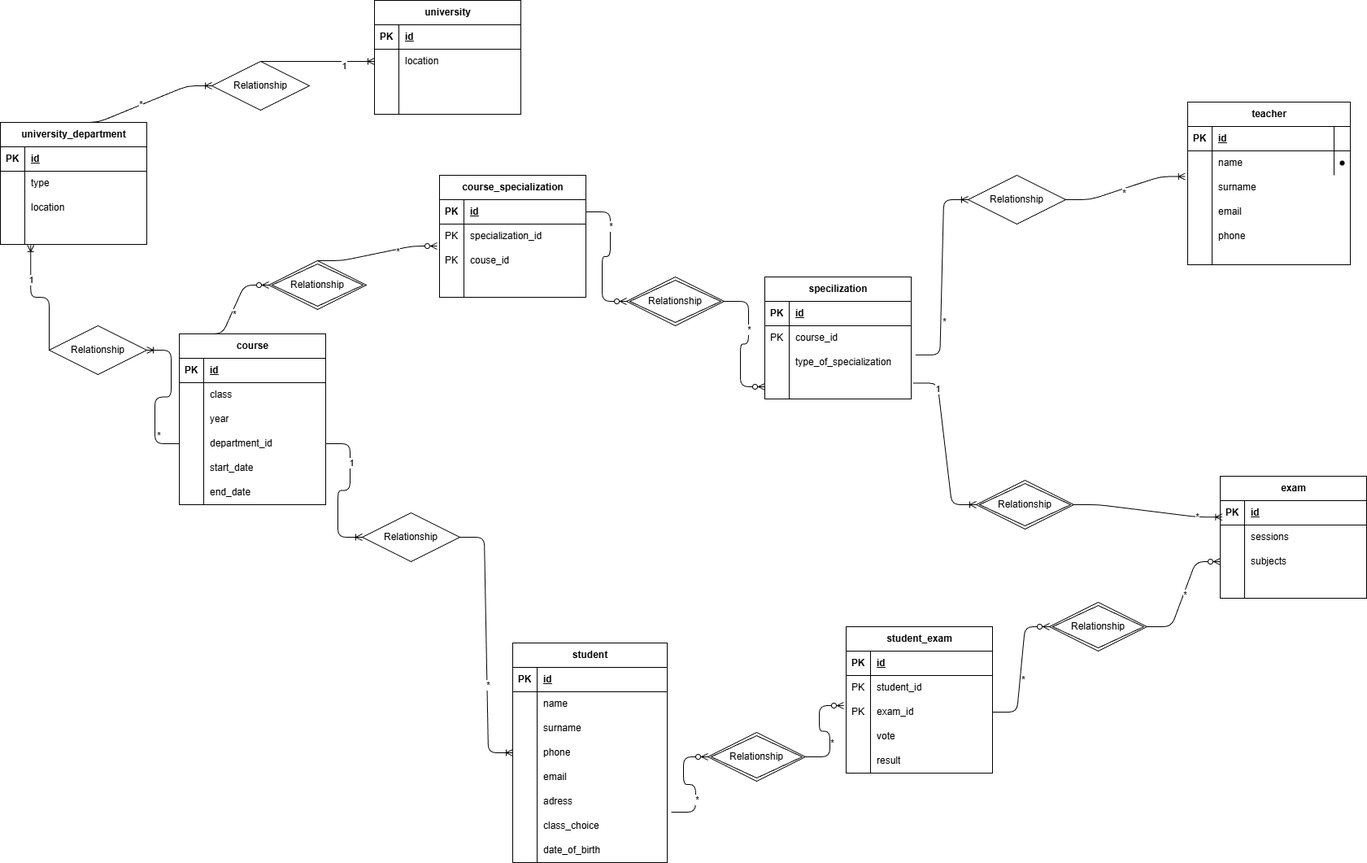
Above: scheme.png in BkStyle89/db-university (draw.io), before the change. Source tidied: cells renumbered, new cells last; positions are measured from the earlier drawing's top-left corner, leaving out a move shared by most shapes.
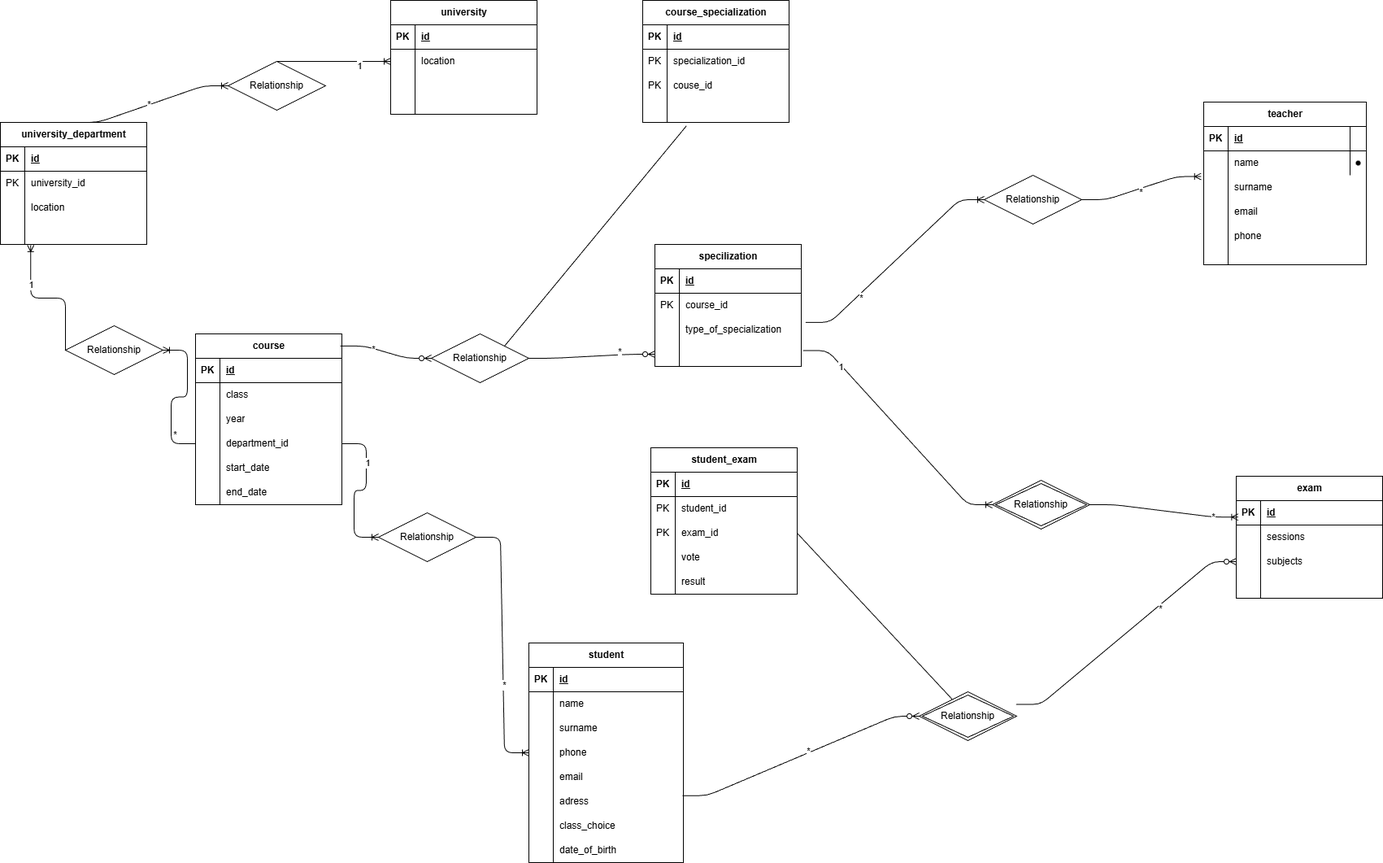
Later version of the same file.

Commit message:
relationship correction

Diff of the diagram source:
```diff
@@ -234,7 +234,7 @@
       <mxGeometry x="30" width="150" height="30" as="geometry" />
     </mxCell>
     <mxCell id="79" value="university_department" style="shape=table;startSize=30;rowLines=0;fontStyle=1;align=center;html=1;" parent="1" vertex="1">
-      <mxGeometry y="150" width="180" height="150" as="geometry" />
+      <mxGeometry x="-20" y="150" width="180" height="150" as="geometry" />
     </mxCell>
     <mxCell id="80" style="shape=tableRow;horizontal=0;startSize=0;swimlaneHead=0;swimlaneBody=0;fillColor=none;top=0;left=0;right=0;bottom=1;" parent="79" vertex="1">
       <mxGeometry y="30" width="180" height="30" as="geometry" />
@@ -248,10 +248,10 @@
     <mxCell id="83" style="shape=tableRow;horizontal=0;startSize=0;swimlaneHead=0;swimlaneBody=0;fillColor=none;top=0;left=0;right=0;bottom=0;" parent="79" vertex="1">
       <mxGeometry y="60" width="180" height="30" as="geometry" />
     </mxCell>
-    <mxCell id="84" style="shape=partialRectangle;fillColor=none;top=0;left=0;bottom=0;right=0;overflow=hidden;whiteSpace=wrap;html=1;" parent="83" vertex="1">
+    <mxCell id="84" value="PK" style="shape=partialRectangle;fillColor=none;top=0;left=0;bottom=0;right=0;overflow=hidden;whiteSpace=wrap;html=1;" parent="83" vertex="1">
       <mxGeometry width="30" height="30" as="geometry" />
     </mxCell>
-    <mxCell id="85" value="type" style="shape=partialRectangle;fillColor=none;top=0;left=0;bottom=0;right=0;align=left;spacingLeft=6;overflow=hidden;whiteSpace=wrap;html=1;" parent="83" vertex="1">
+    <mxCell id="85" value="university_id" style="shape=partialRectangle;fillColor=none;top=0;left=0;bottom=0;right=0;align=left;spacingLeft=6;overflow=hidden;whiteSpace=wrap;html=1;" parent="83" vertex="1">
       <mxGeometry x="30" width="150" height="30" as="geometry" />
     </mxCell>
     <mxCell id="86" style="shape=tableRow;horizontal=0;startSize=0;swimlaneHead=0;swimlaneBody=0;fillColor=none;top=0;left=0;right=0;bottom=0;" parent="79" vertex="1">
@@ -269,11 +269,11 @@
     <mxCell id="90" style="shape=partialRectangle;fillColor=none;top=0;left=0;bottom=0;right=0;overflow=hidden;whiteSpace=wrap;html=1;" parent="89" vertex="1">
       <mxGeometry width="30" height="30" as="geometry" />
     </mxCell>
-    <mxCell id="91" style="shape=partialRectangle;fillColor=none;top=0;left=0;bottom=0;right=0;align=left;spacingLeft=6;overflow=hidden;whiteSpace=wrap;html=1;" parent="89" vertex="1">
+    <mxCell id="91" value="&lt;span style=&quot;color: rgb(255, 255, 255);&quot;&gt;type&lt;/span&gt;" style="shape=partialRectangle;fillColor=none;top=0;left=0;bottom=0;right=0;align=left;spacingLeft=6;overflow=hidden;whiteSpace=wrap;html=1;" parent="89" vertex="1">
       <mxGeometry x="30" width="150" height="30" as="geometry" />
     </mxCell>
     <mxCell id="92" value="specilization" style="shape=table;startSize=30;rowLines=0;fontStyle=1;align=center;html=1;" parent="1" vertex="1">
-      <mxGeometry x="940" y="340" width="180" height="150" as="geometry" />
+      <mxGeometry x="785" y="300" width="180" height="150" as="geometry" />
     </mxCell>
     <mxCell id="93" style="shape=tableRow;horizontal=0;startSize=0;swimlaneHead=0;swimlaneBody=0;fillColor=none;top=0;left=0;right=0;bottom=1;" parent="92" vertex="1">
       <mxGeometry y="30" width="180" height="30" as="geometry" />
@@ -442,7 +442,7 @@
       <mxGeometry x="1200" y="590" width="120" height="60" as="geometry" />
     </mxCell>
     <mxCell id="143" value="student_exam" style="shape=table;startSize=30;rowLines=0;fontStyle=1;align=center;html=1;" parent="1" vertex="1">
-      <mxGeometry x="1040" y="770" width="180" height="180" as="geometry" />
+      <mxGeometry x="780" y="550" width="180" height="180" as="geometry" />
     </mxCell>
     <mxCell id="144" style="shape=tableRow;horizontal=0;startSize=0;swimlaneHead=0;swimlaneBody=0;fillColor=none;top=0;left=0;right=0;bottom=1;" parent="143" vertex="1">
       <mxGeometry y="30" width="180" height="30" as="geometry" />
@@ -489,38 +489,8 @@
     <mxCell id="158" value="result" style="shape=partialRectangle;fillColor=none;top=0;left=0;bottom=0;right=0;align=left;spacingLeft=6;overflow=hidden;whiteSpace=wrap;html=1;" parent="156" vertex="1">
       <mxGeometry x="30" width="150" height="30" as="geometry" />
     </mxCell>
-    <mxCell id="159" style="edgeStyle=entityRelationEdgeStyle;fontSize=12;html=1;endArrow=ERzeroToMany;endFill=1;entryX=-0.017;entryY=0.233;entryDx=0;entryDy=0;entryPerimeter=0;exitX=1;exitY=0.5;exitDx=0;exitDy=0;" parent="1" edge="1" source="168" target="150">
-      <mxGeometry relative="1" as="geometry" />
-    </mxCell>
-    <mxCell id="160" value="*" style="edgeLabel;html=1;align=center;verticalAlign=middle;" parent="159" vertex="1">
-      <mxGeometry x="-0.29" y="-2" relative="1" as="geometry" />
-    </mxCell>
-    <mxCell id="161" style="edgeStyle=entityRelationEdgeStyle;fontSize=12;html=1;endArrow=ERzeroToMany;endFill=1;entryX=0;entryY=0.5;entryDx=0;entryDy=0;exitX=1;exitY=0.5;exitDx=0;exitDy=0;" parent="1" edge="1" source="165" target="34">
-      <mxGeometry relative="1" as="geometry" />
-    </mxCell>
-    <mxCell id="162" value="*" style="edgeLabel;html=1;align=center;verticalAlign=middle;" parent="161" vertex="1">
-      <mxGeometry y="-1" relative="1" as="geometry" />
-    </mxCell>
-    <mxCell id="163" style="edgeStyle=entityRelationEdgeStyle;fontSize=12;html=1;endArrow=ERzeroToMany;endFill=1;entryX=0;entryY=0.5;entryDx=0;entryDy=0;exitX=1;exitY=0.5;exitDx=0;exitDy=0;" parent="1" edge="1" source="150" target="165">
-      <mxGeometry relative="1" as="geometry" />
-    </mxCell>
-    <mxCell id="164" value="*" style="edgeLabel;html=1;align=center;verticalAlign=middle;" parent="163" vertex="1">
-      <mxGeometry x="-0.15" y="-4" relative="1" as="geometry" />
-    </mxCell>
-    <mxCell id="165" value="Relationship" style="shape=rhombus;double=1;perimeter=rhombusPerimeter;whiteSpace=wrap;html=1;align=center;" parent="1" vertex="1">
-      <mxGeometry x="1290" y="740" width="120" height="60" as="geometry" />
-    </mxCell>
-    <mxCell id="166" style="edgeStyle=entityRelationEdgeStyle;fontSize=12;html=1;endArrow=ERzeroToMany;endFill=1;entryX=0;entryY=0.5;entryDx=0;entryDy=0;exitX=1.026;exitY=0.933;exitDx=0;exitDy=0;exitPerimeter=0;" parent="1" edge="1" source="18" target="168">
-      <mxGeometry relative="1" as="geometry" />
-    </mxCell>
-    <mxCell id="167" value="*" style="edgeLabel;html=1;align=center;verticalAlign=middle;" parent="166" vertex="1">
-      <mxGeometry x="-0.37" y="-2" relative="1" as="geometry" />
-    </mxCell>
-    <mxCell id="168" value="Relationship" style="shape=rhombus;double=1;perimeter=rhombusPerimeter;whiteSpace=wrap;html=1;align=center;" parent="1" vertex="1">
-      <mxGeometry x="870" y="900" width="120" height="60" as="geometry" />
-    </mxCell>
     <mxCell id="169" value="course_specialization" style="shape=table;startSize=30;rowLines=0;fontStyle=1;align=center;html=1;" parent="1" vertex="1">
-      <mxGeometry x="540" y="215" width="180" height="150" as="geometry" />
+      <mxGeometry x="770" width="180" height="150" as="geometry" />
     </mxCell>
     <mxCell id="170" style="shape=tableRow;horizontal=0;startSize=0;swimlaneHead=0;swimlaneBody=0;fillColor=none;points=[[0,0.5],[1,0.5]];portConstraint=eastwest;top=0;left=0;right=0;bottom=1;" parent="169" vertex="1">
       <mxGeometry y="30" width="180" height="30" as="geometry" />
@@ -558,35 +528,43 @@
     <mxCell id="181" style="shape=partialRectangle;fillColor=none;top=0;left=0;bottom=0;right=0;align=left;spacingLeft=6;overflow=hidden;whiteSpace=wrap;html=1;" parent="179" vertex="1">
       <mxGeometry x="30" width="150" height="30" as="geometry" />
     </mxCell>
-    <mxCell id="182" style="edgeStyle=entityRelationEdgeStyle;fontSize=12;html=1;endArrow=ERzeroToMany;endFill=1;entryX=-0.017;entryY=0.9;entryDx=0;entryDy=0;exitX=0.5;exitY=0;exitDx=0;exitDy=0;entryPerimeter=0;" parent="1" edge="1" source="186" target="173">
-      <mxGeometry relative="1" as="geometry" />
-    </mxCell>
-    <mxCell id="183" value="*" style="edgeLabel;html=1;align=center;verticalAlign=middle;" parent="182" vertex="1">
-      <mxGeometry x="0.33" y="-3" relative="1" as="geometry" />
-    </mxCell>
-    <mxCell id="184" style="edgeStyle=entityRelationEdgeStyle;fontSize=12;html=1;endArrow=ERzeroToMany;endFill=1;entryX=0;entryY=0.5;entryDx=0;entryDy=0;exitX=0.128;exitY=0;exitDx=0;exitDy=0;exitPerimeter=0;" parent="1" edge="1" source="60" target="186">
-      <mxGeometry relative="1" as="geometry" />
-    </mxCell>
-    <mxCell id="185" value="*" style="edgeLabel;html=1;align=center;verticalAlign=middle;" parent="184" vertex="1">
-      <mxGeometry x="-0.08" y="-3" relative="1" as="geometry" />
-    </mxCell>
-    <mxCell id="186" value="Relationship" style="shape=rhombus;double=1;perimeter=rhombusPerimeter;whiteSpace=wrap;html=1;align=center;" parent="1" vertex="1">
-      <mxGeometry x="330" y="320" width="120" height="60" as="geometry" />
-    </mxCell>
-    <mxCell id="187" style="edgeStyle=entityRelationEdgeStyle;fontSize=12;html=1;endArrow=ERzeroToMany;endFill=1;entryX=0;entryY=0.5;entryDx=0;entryDy=0;exitX=1;exitY=0.5;exitDx=0;exitDy=0;" parent="1" edge="1" source="191" target="102">
+    <mxCell id="187" style="edgeStyle=entityRelationEdgeStyle;fontSize=12;html=1;endArrow=ERzeroToMany;endFill=1;entryX=0;entryY=0.5;entryDx=0;entryDy=0;exitX=1;exitY=0.5;exitDx=0;exitDy=0;" parent="1" edge="1" source="199" target="102">
       <mxGeometry relative="1" as="geometry" />
     </mxCell>
-    <mxCell id="188" value="*" style="edgeLabel;html=1;align=center;verticalAlign=middle;" parent="187" vertex="1">
-      <mxGeometry x="-0.27" relative="1" as="geometry" />
-    </mxCell>
-    <mxCell id="189" style="edgeStyle=entityRelationEdgeStyle;fontSize=12;html=1;endArrow=ERzeroToMany;endFill=1;entryX=0;entryY=0.5;entryDx=0;entryDy=0;exitX=1;exitY=0.5;exitDx=0;exitDy=0;" parent="1" edge="1" source="170" target="191">
-      <mxGeometry relative="1" as="geometry" />
-    </mxCell>
-    <mxCell id="190" value="*" style="edgeLabel;html=1;align=center;verticalAlign=middle;" parent="189" vertex="1">
-      <mxGeometry x="-0.48" relative="1" as="geometry" />
-    </mxCell>
-    <mxCell id="191" value="Relationship" style="shape=rhombus;double=1;perimeter=rhombusPerimeter;whiteSpace=wrap;html=1;align=center;" parent="1" vertex="1">
-      <mxGeometry x="770" y="340" width="120" height="60" as="geometry" />
-    </mxCell>
+    <mxCell id="192" value="*" style="edgeLabel;html=1;align=center;verticalAlign=middle;" parent="187" vertex="1">
+      <mxGeometry x="0.44" y="4" relative="1" as="geometry" />
+    </mxCell>
+    <mxCell id="193" style="endArrow=none;html=1;rounded=0;exitX=1;exitY=0.5;exitDx=0;exitDy=0;" parent="1" edge="1" source="150" target="168">
+      <mxGeometry relative="1" as="geometry" />
+    </mxCell>
+    <mxCell id="194" style="edgeStyle=entityRelationEdgeStyle;fontSize=12;html=1;endArrow=ERzeroToMany;endFill=1;entryX=0;entryY=0.5;entryDx=0;entryDy=0;exitX=0.995;exitY=0.259;exitDx=0;exitDy=0;exitPerimeter=0;" parent="1" edge="1" source="168" target="34">
+      <mxGeometry relative="1" as="geometry" />
+    </mxCell>
+    <mxCell id="195" value="*" style="edgeLabel;html=1;align=center;verticalAlign=middle;" parent="194" vertex="1">
+      <mxGeometry x="0.31" y="-4" relative="1" as="geometry">
+        <mxPoint x="-1" as="offset" />
+      </mxGeometry>
+    </mxCell>
+    <mxCell id="166" style="edgeStyle=entityRelationEdgeStyle;fontSize=12;html=1;endArrow=ERzeroToMany;endFill=1;entryX=0;entryY=0.5;entryDx=0;entryDy=0;exitX=0.995;exitY=0.259;exitDx=0;exitDy=0;exitPerimeter=0;" parent="1" edge="1" source="18" target="168">
+      <mxGeometry relative="1" as="geometry" />
+    </mxCell>
+    <mxCell id="196" value="*" style="edgeLabel;html=1;align=center;verticalAlign=middle;" parent="166" vertex="1">
+      <mxGeometry x="0.07" y="3" relative="1" as="geometry" />
+    </mxCell>
+    <mxCell id="168" value="Relationship" style="shape=rhombus;double=1;perimeter=rhombusPerimeter;whiteSpace=wrap;html=1;align=center;" parent="1" vertex="1">
+      <mxGeometry x="1110" y="850" width="120" height="60" as="geometry" />
+    </mxCell>
+    <mxCell id="197" style="edgeStyle=entityRelationEdgeStyle;fontSize=12;html=1;endArrow=ERzeroToMany;endFill=1;entryX=0;entryY=0.5;entryDx=0;entryDy=0;exitX=0.989;exitY=0.071;exitDx=0;exitDy=0;exitPerimeter=0;" parent="1" edge="1" source="60" target="199">
+      <mxGeometry relative="1" as="geometry" />
+    </mxCell>
+    <mxCell id="198" value="*" style="edgeLabel;html=1;align=center;verticalAlign=middle;" parent="197" vertex="1">
+      <mxGeometry x="-0.27" relative="1" as="geometry" />
+    </mxCell>
+    <mxCell id="199" value="Relationship" style="shape=rhombus;perimeter=rhombusPerimeter;whiteSpace=wrap;html=1;align=center;" parent="1" vertex="1">
+      <mxGeometry x="510" y="410" width="120" height="60" as="geometry" />
+    </mxCell>
+    <mxCell id="200" style="endArrow=none;html=1;rounded=0;entryX=0.299;entryY=1.141;entryDx=0;entryDy=0;entryPerimeter=0;exitX=1;exitY=0;exitDx=0;exitDy=0;" parent="1" edge="1" source="199" target="179">
+      <mxGeometry relative="1" as="geometry" />
+    </mxCell>
   </root>
 </mxGraphModel>
```
